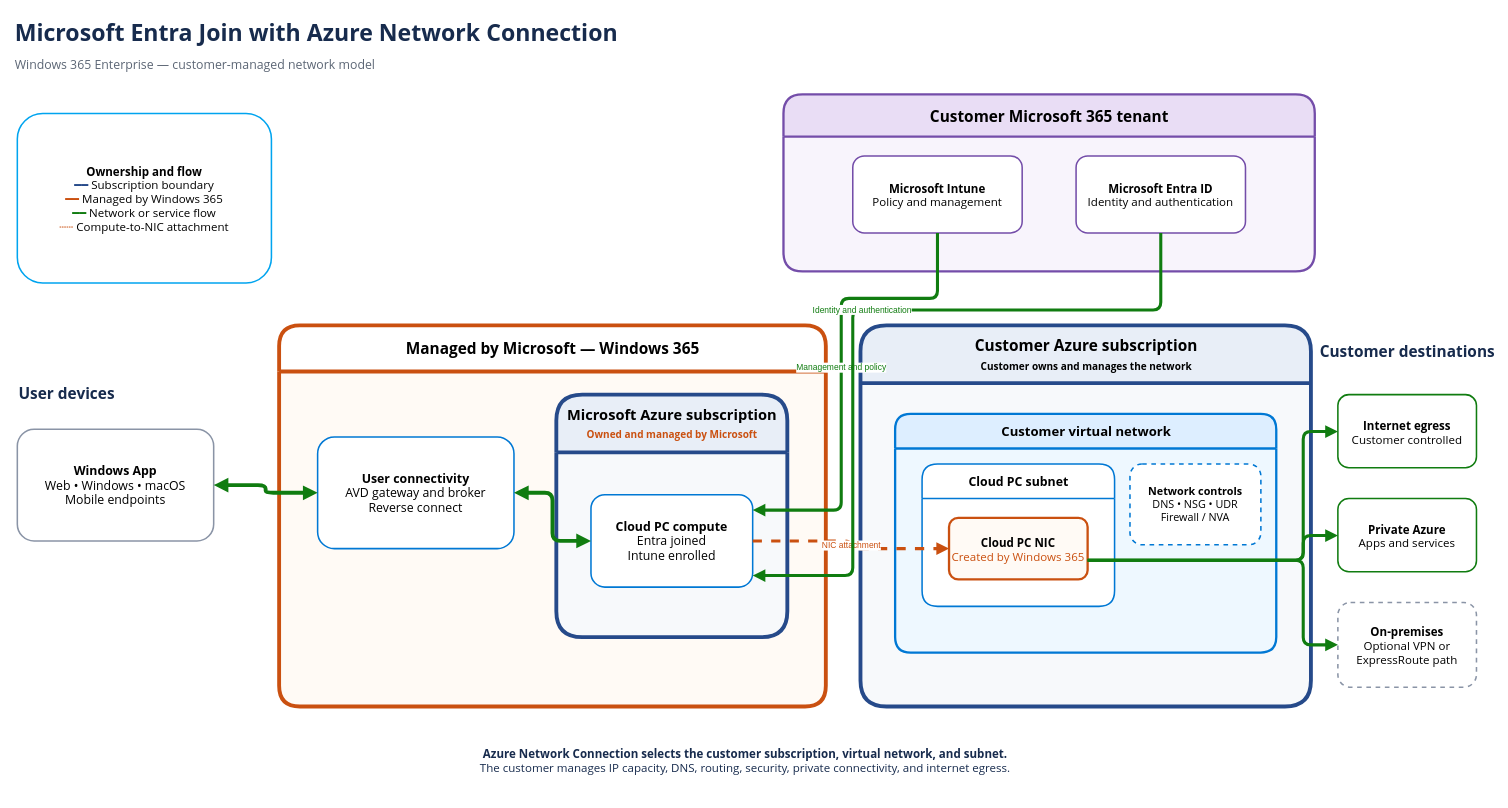
Above: architecture/diagrams/source/03-entra-join-azure-network-connection.drawio in AddySidd27/Windows365-enterprise-engineering (draw.io), before the change. Source tidied: cells renumbered, new cells numbered last; positions are measured from the earlier drawing's top-left corner, leaving out a move shared by most shapes. Both pictures are drawn from the tidied source at 77%, with x=0, y=0 at pixel (13, 13).
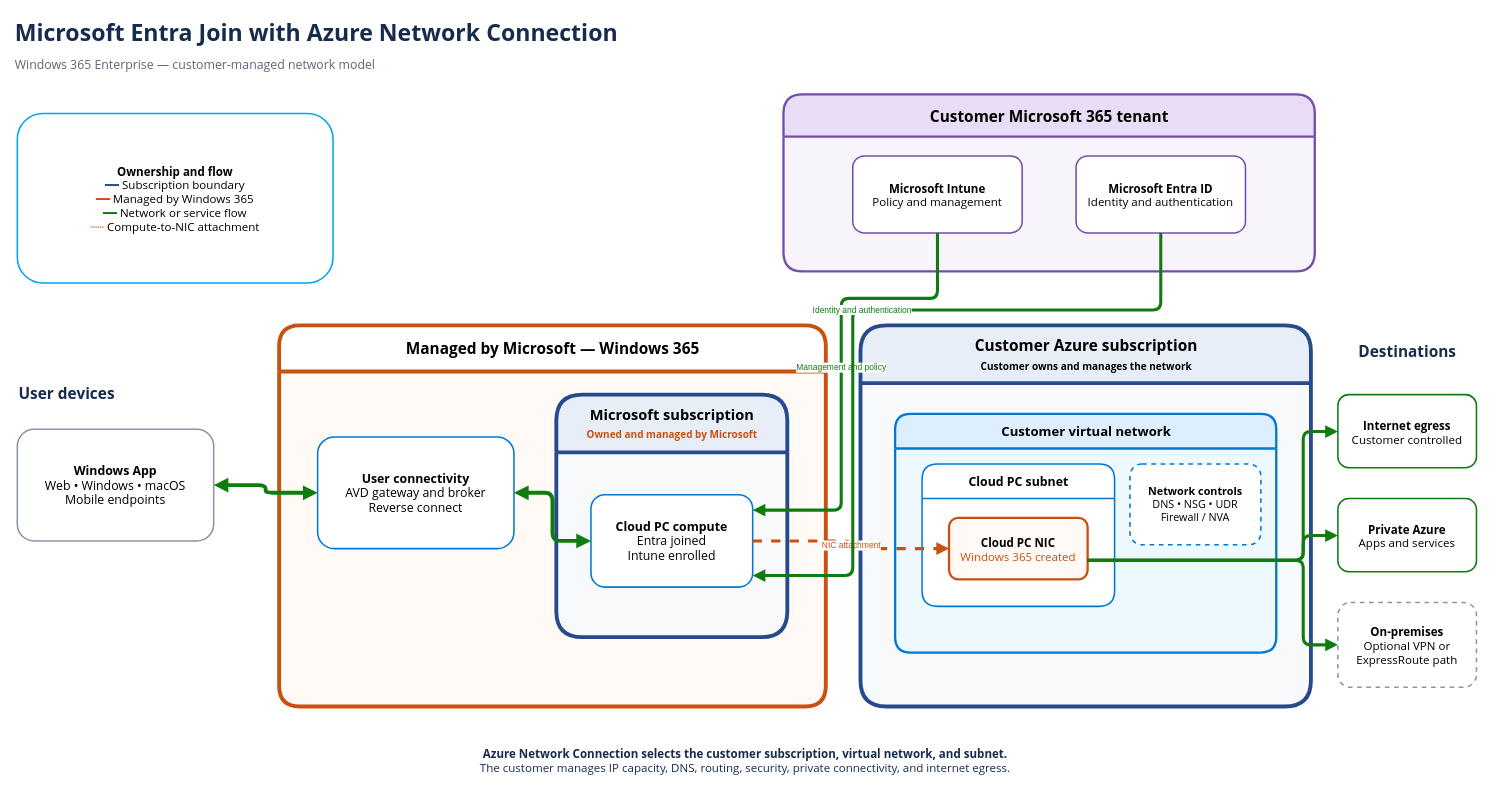
After the change.

Commit message (it also covers changes not shown here):
Fix network diagram labels and legend boundaries

Change to the diagram source:
```diff
@@
     <mxCell id="4" value="&lt;b&gt;Ownership and flow&lt;/b&gt;&lt;br&gt;&lt;font color='#264A8A'&gt;━━&lt;/font&gt; Subscription boundary&lt;br&gt;&lt;font color='#CA5010'&gt;━━&lt;/font&gt; Managed by Windows 365&lt;br&gt;&lt;font color='#107C10'&gt;━━&lt;/font&gt; Network or service flow&lt;br&gt;&lt;font color='#CA5010'&gt;┄┄&lt;/font&gt; Compute-to-NIC attachment" style="rounded=1;whiteSpace=wrap;html=1;fontFamily=Segoe UI;fontSize=15;fillColor=#FFFFFF;strokeColor=#00A4EF;strokeWidth=2;spacing=12;" parent="1" vertex="1">
-      <mxGeometry x="5" y="130" width="330" height="220" as="geometry" />
+      <mxGeometry x="5" y="130" width="410" height="220" as="geometry" />
     </mxCell>
@@
-    <mxCell id="12" value="Microsoft Azure subscription&lt;br&gt;&lt;font style='font-size:13px' color='#CA5010'&gt;Owned and managed by Microsoft&lt;/font&gt;" style="swimlane;html=1;startSize=75;rounded=1;fontFamily=Segoe UI;fontSize=19;fontStyle=1;fillColor=#E8EEF7;swimlaneFillColor=#F7F9FB;strokeColor=#264A8A;strokeWidth=5;" parent="1" vertex="1">
+    <mxCell id="12" value="Microsoft subscription&lt;br&gt;&lt;font style='font-size:13px' color='#CA5010'&gt;Owned and managed by Microsoft&lt;/font&gt;" style="swimlane;html=1;startSize=75;rounded=1;fontFamily=Segoe UI;fontSize=19;fontStyle=1;fillColor=#E8EEF7;swimlaneFillColor=#F7F9FB;strokeColor=#264A8A;strokeWidth=5;" parent="1" vertex="1">
       <mxGeometry x="705" y="495" width="300" height="315" as="geometry" />
     </mxCell>
@@
-    <mxCell id="17" value="&lt;b&gt;Cloud PC NIC&lt;/b&gt;&lt;br&gt;&lt;font color='#CA5010'&gt;Created by Windows 365&lt;/font&gt;" style="rounded=1;whiteSpace=wrap;html=1;fontFamily=Segoe UI;fontSize=15;fillColor=#FFFAF5;strokeColor=#CA5010;strokeWidth=3;" parent="1" vertex="1">
+    <mxCell id="17" value="&lt;b&gt;Cloud PC NIC&lt;/b&gt;&lt;br&gt;&lt;font color='#CA5010'&gt;Windows 365 created&lt;/font&gt;" style="rounded=1;whiteSpace=wrap;html=1;fontFamily=Segoe UI;fontSize=15;fillColor=#FFFAF5;strokeColor=#CA5010;strokeWidth=3;" parent="1" vertex="1">
       <mxGeometry x="1215" y="655" width="180" height="80" as="geometry" />
     </mxCell>
@@
-    <mxCell id="19" value="Customer destinations" style="text;html=1;fontFamily=Segoe UI;fontSize=20;fontStyle=1;fontColor=#172B4D;align=center;" parent="1" vertex="1">
+    <mxCell id="19" value="Destinations" style="text;html=1;fontFamily=Segoe UI;fontSize=20;fontStyle=1;fontColor=#172B4D;align=center;" parent="1" vertex="1">
       <mxGeometry x="1710" y="420" width="200" height="40" as="geometry" />
     </mxCell>
```
